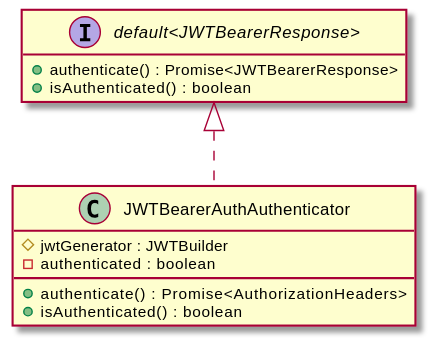
Before: api-docs/assets/JWTBearerAuthAuthenticator-umlClassDiagram-399.svg, a diagram exported from PlantUML (digidip/tapjaw-importer).
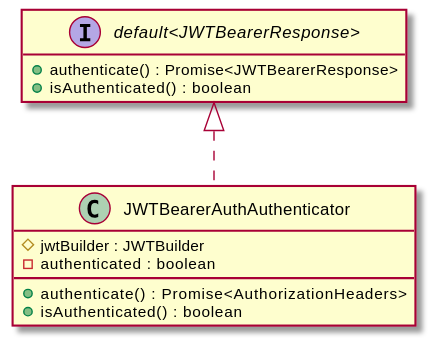
Later version of the same file.

Diff of the diagram source:
```diff
@@ -3,7 +3,7 @@
 hide empty methods
 hide empty fields
 class "JWTBearerAuthAuthenticator" {
-    #jwtGenerator : JWTBuilder
+    #jwtBuilder : JWTBuilder
     -authenticated : boolean
     +authenticate() : Promise<AuthorizationHeaders>
     +isAuthenticated() : boolean
```
